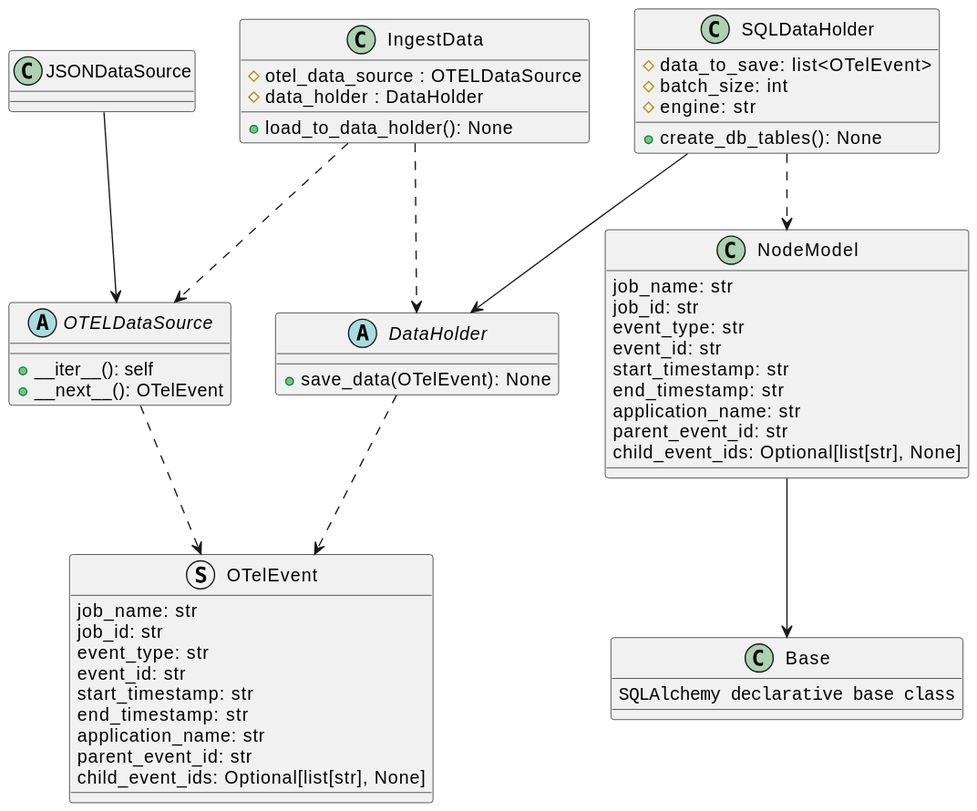
Earlier version of the PlantUML export docs/development/design/3-DN-Retrieving_unique_graphs_from_Otel_data/class_diagrams.svg (xtuml/otel2puml). The source it was exported from:
```plantuml
@startuml
struct OTelEvent {
    job_name: str
    job_id: str
    event_type: str
    event_id: str
    start_timestamp: str
    end_timestamp: str
    application_name: str
    parent_event_id: str
    child_event_ids: Optional[list[str], None]
}

abstract class OTELDataSource {
    +__iter__(): self
    +__next__(): OTelEvent
}

class JSONDataSource

class SQLDataHolder {
    #data_to_save: list<OTelEvent>
    #batch_size: int
    #engine: str
    +create_db_tables(): None
}

class NodeModel {
    job_name: str
    job_id: str
    event_type: str
    event_id: str
    start_timestamp: str
    end_timestamp: str
    application_name: str
    parent_event_id: str
    child_event_ids: Optional[list[str], None]
}

class Base {
    ""SQLAlchemy declarative base class""
}

abstract class DataHolder {
    +save_data(OTelEvent): None
}

class IngestData {
    #otel_data_source : OTELDataSource
    #data_holder : DataHolder
    +load_to_data_holder(): None
}

IngestData ..> OTELDataSource
IngestData ..> DataHolder
OTELDataSource ..> OTelEvent
JSONDataSource --> OTELDataSource
SQLDataHolder --> DataHolder
SQLDataHolder ..> NodeModel
NodeModel --> Base
DataHolder ..> OTelEvent
@enduml
```
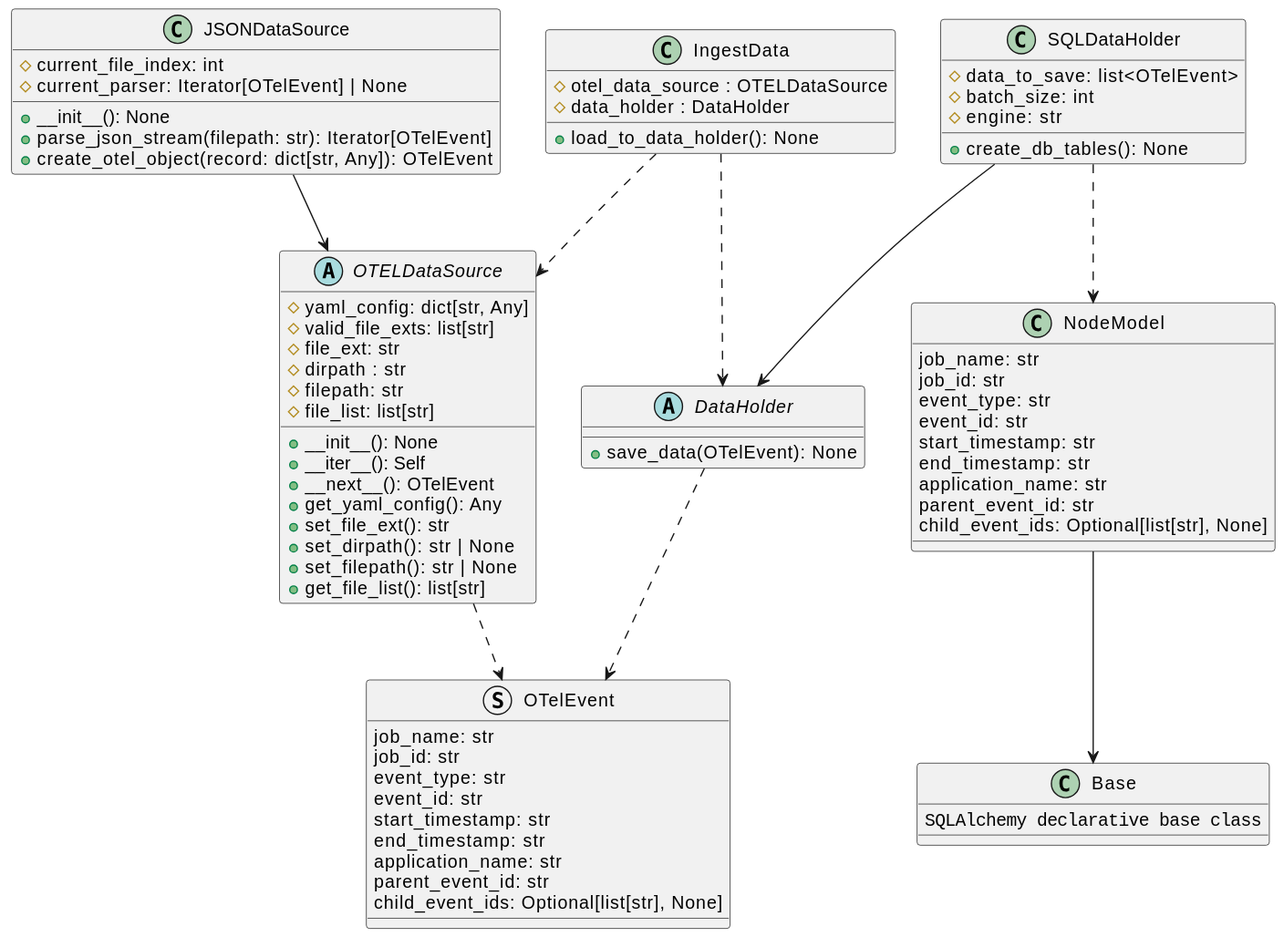
The same diagram one commit later.

Commit message:
Update design note and class diagrams

Change to the diagram source:
```diff
@@ -12,11 +12,29 @@
 }
 
 abstract class OTELDataSource {
-    +__iter__(): self
+    #yaml_config: dict[str, Any]
+    #valid_file_exts: list[str]
+    #file_ext: str
+    #dirpath : str
+    #filepath: str
+    #file_list: list[str]
+    +__init__(): None
+    +__iter__(): Self
     +__next__(): OTelEvent
+    +get_yaml_config(): Any
+    +set_file_ext(): str
+    +set_dirpath(): str | None
+    +set_filepath(): str | None
+    +get_file_list(): list[str]
 }
 
-class JSONDataSource
+class JSONDataSource {
+    #current_file_index: int
+    #current_parser: Iterator[OTelEvent] | None
+    +__init__(): None
+    +parse_json_stream(filepath: str): Iterator[OTelEvent]
+    +create_otel_object(record: dict[str, Any]): OTelEvent
+}
 
 class SQLDataHolder {
     #data_to_save: list<OTelEvent>
```
